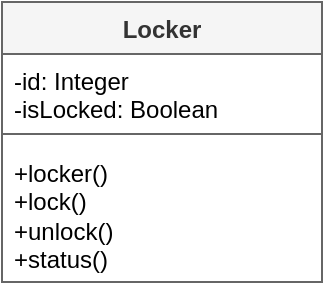
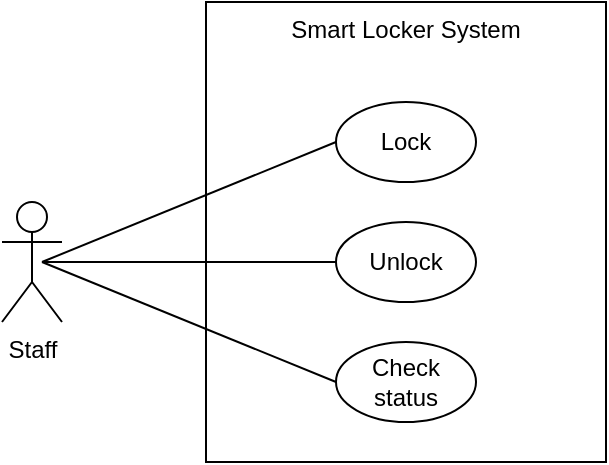
- <mxfile host="Electron" agent="Mozilla/5.0 (Windows NT 10.0; Win64; x64) AppleWebKit/537.36 (KHTML, like Gecko) draw.io/28.1.2 Chrome/138.0.7204.243 Electron/37.4.0 Safari/537.36" version="28.1.2">
-   <diagram name="Page-1" id="Et4eN9XsMP80-kSSHCN3">
-     <mxGraphModel dx="1042" dy="660" grid="1" gridSize="10" guides="1" tooltips="1" connect="1" arrows="1" fold="1" page="1" pageScale="1" pageWidth="291" pageHeight="413" math="0" shadow="0">
+ <mxfile host="Electron" agent="Mozilla/5.0 (Windows NT 10.0; Win64; x64) AppleWebKit/537.36 (KHTML, like Gecko) draw.io/28.1.2 Chrome/138.0.7204.243 Electron/37.4.0 Safari/537.36" version="28.1.2" pages="2">
+   <diagram id="dSmxpFlf6ctc98qw9gfx" name="Use case">
+     <mxGraphModel dx="868" dy="550" grid="1" gridSize="10" guides="1" tooltips="1" connect="1" arrows="1" fold="1" page="1" pageScale="1" pageWidth="583" pageHeight="413" math="0" shadow="0">
+       <root>
+         <mxCell id="0" />
+         <mxCell id="1" parent="0" />
+         <mxCell id="bVwHo5LN-BDuGcu6Tm90-5" value="Smart Locker System" style="rounded=0;whiteSpace=wrap;html=1;verticalAlign=top;fillColor=none;movable=1;resizable=1;rotatable=1;deletable=1;editable=1;locked=0;connectable=1;" vertex="1" parent="1">
+           <mxGeometry x="202" y="90" width="200" height="230" as="geometry" />
+         </mxCell>
+         <mxCell id="bVwHo5LN-BDuGcu6Tm90-1" value="Lock" style="ellipse;whiteSpace=wrap;html=1;fillColor=none;" vertex="1" parent="1">
+           <mxGeometry x="267" y="140" width="70" height="40" as="geometry" />
+         </mxCell>
+         <mxCell id="bVwHo5LN-BDuGcu6Tm90-2" value="Staff" style="shape=umlActor;verticalLabelPosition=bottom;verticalAlign=top;html=1;fillColor=none;" vertex="1" parent="1">
+           <mxGeometry x="100" y="190" width="30" height="60" as="geometry" />
+         </mxCell>
+         <mxCell id="bVwHo5LN-BDuGcu6Tm90-3" value="Unlock" style="ellipse;whiteSpace=wrap;html=1;fillColor=none;" vertex="1" parent="1">
+           <mxGeometry x="267" y="200" width="70" height="40" as="geometry" />
+         </mxCell>
+         <mxCell id="bVwHo5LN-BDuGcu6Tm90-4" value="Check status" style="ellipse;whiteSpace=wrap;html=1;fillColor=none;connectable=1;" vertex="1" parent="1">
+           <mxGeometry x="267" y="260" width="70" height="40" as="geometry" />
+         </mxCell>
+         <mxCell id="bVwHo5LN-BDuGcu6Tm90-11" value="" style="endArrow=none;html=1;rounded=0;entryX=0;entryY=0.5;entryDx=0;entryDy=0;endFill=0;" edge="1" parent="1" target="bVwHo5LN-BDuGcu6Tm90-1">
+           <mxGeometry width="50" height="50" relative="1" as="geometry">
+             <mxPoint x="120" y="220" as="sourcePoint" />
+             <mxPoint x="170" y="140" as="targetPoint" />
+           </mxGeometry>
+         </mxCell>
+         <mxCell id="bVwHo5LN-BDuGcu6Tm90-12" value="" style="endArrow=none;html=1;rounded=0;entryX=0;entryY=0.5;entryDx=0;entryDy=0;endFill=0;" edge="1" parent="1" target="bVwHo5LN-BDuGcu6Tm90-4">
+           <mxGeometry width="50" height="50" relative="1" as="geometry">
+             <mxPoint x="120" y="220" as="sourcePoint" />
+             <mxPoint x="311" y="170" as="targetPoint" />
+           </mxGeometry>
+         </mxCell>
+         <mxCell id="bVwHo5LN-BDuGcu6Tm90-13" value="" style="endArrow=none;html=1;rounded=0;endFill=0;entryX=0;entryY=0.5;entryDx=0;entryDy=0;" edge="1" parent="1" target="bVwHo5LN-BDuGcu6Tm90-3">
+           <mxGeometry width="50" height="50" relative="1" as="geometry">
+             <mxPoint x="120" y="220" as="sourcePoint" />
+             <mxPoint x="262" y="223" as="targetPoint" />
+           </mxGeometry>
+         </mxCell>
+       </root>
+     </mxGraphModel>
+   </diagram>
+   <diagram name="Class" id="Et4eN9XsMP80-kSSHCN3">
+     <mxGraphModel dx="786" dy="516" grid="1" gridSize="10" guides="1" tooltips="1" connect="1" arrows="1" fold="1" page="1" pageScale="1" pageWidth="291" pageHeight="413" math="0" shadow="0">
      <root>
        <mxCell id="0" />
        <mxCell id="1" parent="0" />
        <mxCell id="L1eF5kcUcJKXxUQ2V5gm-10" value="Locker" style="swimlane;fontStyle=1;align=center;verticalAlign=top;childLayout=stackLayout;horizontal=1;startSize=26;horizontalStack=0;resizeParent=1;resizeParentMax=0;resizeLast=0;collapsible=1;marginBottom=0;whiteSpace=wrap;html=1;fillColor=#f5f5f5;fontColor=#333333;strokeColor=#666666;" parent="1" vertex="1">
          <mxGeometry x="60" y="110" width="160" height="140" as="geometry" />
        </mxCell>
        <mxCell id="L1eF5kcUcJKXxUQ2V5gm-11" value="-id: Integer&lt;div&gt;-isLocked: Boolean&lt;/div&gt;" style="text;strokeColor=none;fillColor=none;align=left;verticalAlign=top;spacingLeft=4;spacingRight=4;overflow=hidden;rotatable=0;points=[[0,0.5],[1,0.5]];portConstraint=eastwest;whiteSpace=wrap;html=1;" parent="L1eF5kcUcJKXxUQ2V5gm-10" vertex="1">
          <mxGeometry y="26" width="160" height="34" as="geometry" />
        </mxCell>
        <mxCell id="L1eF5kcUcJKXxUQ2V5gm-12" value="" style="line;strokeWidth=1;fillColor=none;align=left;verticalAlign=middle;spacingTop=-1;spacingLeft=3;spacingRight=3;rotatable=0;labelPosition=right;points=[];portConstraint=eastwest;strokeColor=inherit;" parent="L1eF5kcUcJKXxUQ2V5gm-10" vertex="1">
          <mxGeometry y="60" width="160" height="12" as="geometry" />
        </mxCell>
        <mxCell id="L1eF5kcUcJKXxUQ2V5gm-13" value="+locker()&lt;div&gt;+lock()&lt;/div&gt;&lt;div&gt;+unlock()&lt;/div&gt;&lt;div&gt;+status()&lt;br&gt;&lt;/div&gt;" style="text;strokeColor=none;fillColor=none;align=left;verticalAlign=top;spacingLeft=4;spacingRight=4;overflow=hidden;rotatable=0;points=[[0,0.5],[1,0.5]];portConstraint=eastwest;whiteSpace=wrap;html=1;" parent="L1eF5kcUcJKXxUQ2V5gm-10" vertex="1">
          <mxGeometry y="72" width="160" height="68" as="geometry" />
        </mxCell>
      </root>
    </mxGraphModel>
  </diagram>
</mxfile>
